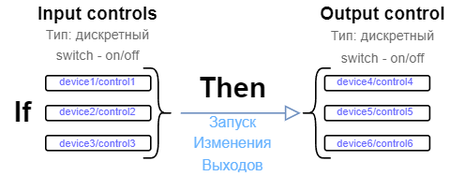
Above: schema/scenarios-devices-control.png in wirenboard/wb-scenarios (draw.io), before the change. Source tidied: cells renumbered, new cells last; positions are measured from the earlier drawing's top-left corner, leaving out a move shared by most shapes. Its diagram source:
```xml
<mxGraphModel>
  <root>
    <mxCell id="0" />
    <mxCell id="1" parent="0" />
    <mxCell id="2" style="rounded=0;html=1;jettySize=auto;orthogonalLoop=1;fontSize=11;endArrow=block;endFill=0;endSize=8;strokeWidth=1;shadow=0;labelBackgroundColor=none;edgeStyle=orthogonalEdgeStyle;fillColor=#dae8fc;strokeColor=#6c8ebf;" parent="1" edge="1">
      <mxGeometry relative="1" as="geometry">
        <mxPoint x="120" y="75" as="sourcePoint" />
        <mxPoint x="200" y="75" as="targetPoint" />
      </mxGeometry>
    </mxCell>
    <mxCell id="3" style="rounded=1;whiteSpace=wrap;html=1;fontSize=12;glass=0;strokeWidth=1;shadow=0;" parent="1" vertex="1">
      <mxGeometry x="30" y="50" width="70" height="10" as="geometry" />
    </mxCell>
    <mxCell id="4" value="&lt;div style=&quot;text-wrap: nowrap;&quot;&gt;&lt;font color=&quot;#66b2ff&quot; size=&quot;1&quot;&gt;Запуск&lt;/font&gt;&lt;/div&gt;&lt;div style=&quot;text-wrap: nowrap;&quot;&gt;&lt;font color=&quot;#66b2ff&quot; size=&quot;1&quot;&gt;Изменения&lt;/font&gt;&lt;/div&gt;&lt;div style=&quot;text-wrap: nowrap;&quot;&gt;&lt;font color=&quot;#66b2ff&quot; size=&quot;1&quot;&gt;Выходов&lt;/font&gt;&lt;/div&gt;" style="text;html=1;align=center;verticalAlign=middle;whiteSpace=wrap;rounded=0;" parent="1" vertex="1">
      <mxGeometry x="100" y="80" width="110" height="30" as="geometry" />
    </mxCell>
    <mxCell id="5" value="&lt;div style=&quot;font-size: 11px; text-wrap: nowrap;&quot;&gt;&lt;b style=&quot;font-size: 12px; text-wrap: wrap;&quot;&gt;Input controls&lt;/b&gt;&lt;br style=&quot;font-size: 12px; text-wrap: wrap;&quot;&gt;&lt;font style=&quot;text-wrap: wrap; font-size: 9px;&quot; color=&quot;#696969&quot;&gt;Тип: дискретный&lt;/font&gt;&lt;div style=&quot;font-size: 12px; text-wrap: wrap;&quot;&gt;&lt;font style=&quot;font-size: 9px;&quot; color=&quot;#696969&quot;&gt;switch -&amp;nbsp;&lt;/font&gt;&lt;span style=&quot;font-size: 9px; color: rgb(105, 105, 105); background-color: initial;&quot;&gt;on/off&lt;/span&gt;&lt;/div&gt;&lt;/div&gt;" style="text;html=1;align=center;verticalAlign=middle;whiteSpace=wrap;rounded=0;" parent="1" vertex="1">
      <mxGeometry x="10" width="110" height="44" as="geometry" />
    </mxCell>
    <mxCell id="6" style="shape=curlyBracket;whiteSpace=wrap;html=1;rounded=1;flipH=1;labelPosition=right;verticalLabelPosition=middle;align=left;verticalAlign=middle;" parent="1" vertex="1">
      <mxGeometry x="95" y="45" width="20" height="60" as="geometry" />
    </mxCell>
    <mxCell id="7" style="rounded=1;whiteSpace=wrap;html=1;fontSize=12;glass=0;strokeWidth=1;shadow=0;" parent="1" vertex="1">
      <mxGeometry x="30" y="70" width="70" height="10" as="geometry" />
    </mxCell>
    <mxCell id="8" style="rounded=1;whiteSpace=wrap;html=1;fontSize=12;glass=0;strokeWidth=1;shadow=0;" parent="1" vertex="1">
      <mxGeometry x="30" y="90" width="70" height="10" as="geometry" />
    </mxCell>
    <mxCell id="9" style="shape=curlyBracket;whiteSpace=wrap;html=1;rounded=1;flipH=0;labelPosition=right;verticalLabelPosition=middle;align=left;verticalAlign=middle;" parent="1" vertex="1">
      <mxGeometry x="200" y="45" width="20" height="60" as="geometry" />
    </mxCell>
    <mxCell id="10" value="&lt;div style=&quot;text-wrap: nowrap;&quot;&gt;&lt;b style=&quot;text-wrap: wrap;&quot;&gt;Output control&lt;/b&gt;&lt;br style=&quot;text-wrap: wrap;&quot;&gt;&lt;font style=&quot;text-wrap: wrap; font-size: 9px;&quot; color=&quot;#696969&quot;&gt;Тип: дискретный&lt;/font&gt;&lt;div style=&quot;text-wrap: wrap;&quot;&gt;&lt;font style=&quot;font-size: 9px;&quot; color=&quot;#696969&quot;&gt;switch -&amp;nbsp;&lt;/font&gt;&lt;span style=&quot;font-size: 9px; color: rgb(105, 105, 105); background-color: initial;&quot;&gt;on/off&lt;/span&gt;&lt;/div&gt;&lt;/div&gt;" style="text;html=1;align=center;verticalAlign=middle;whiteSpace=wrap;rounded=0;" parent="1" vertex="1">
      <mxGeometry x="200" y="8" width="110" height="30" as="geometry" />
    </mxCell>
    <mxCell id="11" style="rounded=1;whiteSpace=wrap;html=1;fontSize=12;glass=0;strokeWidth=1;shadow=0;" parent="1" vertex="1">
      <mxGeometry x="216" y="50" width="70" height="10" as="geometry" />
    </mxCell>
    <mxCell id="12" style="rounded=1;whiteSpace=wrap;html=1;fontSize=12;glass=0;strokeWidth=1;shadow=0;" parent="1" vertex="1">
      <mxGeometry x="216" y="70" width="70" height="10" as="geometry" />
    </mxCell>
    <mxCell id="13" style="rounded=1;whiteSpace=wrap;html=1;fontSize=12;glass=0;strokeWidth=1;shadow=0;" parent="1" vertex="1">
      <mxGeometry x="216" y="90" width="70" height="10" as="geometry" />
    </mxCell>
    <mxCell id="14" value="&lt;div style=&quot;text-wrap: nowrap;&quot;&gt;&lt;div style=&quot;text-wrap: wrap;&quot;&gt;&lt;span style=&quot;background-color: initial;&quot;&gt;&lt;font color=&quot;#6666ff&quot; style=&quot;font-size: 7px;&quot;&gt;device1/control1&lt;/font&gt;&lt;/span&gt;&lt;/div&gt;&lt;/div&gt;" style="text;html=1;align=center;verticalAlign=middle;whiteSpace=wrap;rounded=0;" parent="1" vertex="1">
      <mxGeometry x="35" y="48.5" width="60" height="9" as="geometry" />
    </mxCell>
    <mxCell id="15" value="&lt;div style=&quot;text-wrap: nowrap;&quot;&gt;&lt;div style=&quot;text-wrap: wrap;&quot;&gt;&lt;span style=&quot;background-color: initial;&quot;&gt;&lt;font color=&quot;#6666ff&quot; style=&quot;font-size: 7px;&quot;&gt;device2/control2&lt;/font&gt;&lt;/span&gt;&lt;/div&gt;&lt;/div&gt;" style="text;html=1;align=center;verticalAlign=middle;whiteSpace=wrap;rounded=0;" parent="1" vertex="1">
      <mxGeometry x="35" y="68" width="60" height="9" as="geometry" />
    </mxCell>
    <mxCell id="16" value="&lt;div style=&quot;text-wrap: nowrap;&quot;&gt;&lt;div style=&quot;text-wrap: wrap;&quot;&gt;&lt;span style=&quot;background-color: initial;&quot;&gt;&lt;font color=&quot;#6666ff&quot; style=&quot;font-size: 7px;&quot;&gt;device3/control3&lt;/font&gt;&lt;/span&gt;&lt;/div&gt;&lt;/div&gt;" style="text;html=1;align=center;verticalAlign=middle;whiteSpace=wrap;rounded=0;" parent="1" vertex="1">
      <mxGeometry x="35" y="89" width="60" height="9" as="geometry" />
    </mxCell>
    <mxCell id="17" value="&lt;div style=&quot;text-wrap: nowrap;&quot;&gt;&lt;div style=&quot;text-wrap: wrap;&quot;&gt;&lt;span style=&quot;background-color: initial;&quot;&gt;&lt;font color=&quot;#6666ff&quot; style=&quot;font-size: 7px;&quot;&gt;device4/control4&lt;/font&gt;&lt;/span&gt;&lt;/div&gt;&lt;/div&gt;" style="text;html=1;align=center;verticalAlign=middle;whiteSpace=wrap;rounded=0;" parent="1" vertex="1">
      <mxGeometry x="220" y="48.5" width="60" height="9" as="geometry" />
    </mxCell>
    <mxCell id="18" value="&lt;div style=&quot;text-wrap: nowrap;&quot;&gt;&lt;div style=&quot;text-wrap: wrap;&quot;&gt;&lt;span style=&quot;background-color: initial;&quot;&gt;&lt;font color=&quot;#6666ff&quot; style=&quot;font-size: 7px;&quot;&gt;device5/control5&lt;/font&gt;&lt;/span&gt;&lt;/div&gt;&lt;/div&gt;" style="text;html=1;align=center;verticalAlign=middle;whiteSpace=wrap;rounded=0;" parent="1" vertex="1">
      <mxGeometry x="220" y="68" width="60" height="9" as="geometry" />
    </mxCell>
    <mxCell id="19" value="&lt;div style=&quot;text-wrap: nowrap;&quot;&gt;&lt;div style=&quot;text-wrap: wrap;&quot;&gt;&lt;span style=&quot;background-color: initial;&quot;&gt;&lt;font color=&quot;#6666ff&quot; style=&quot;font-size: 7px;&quot;&gt;device6/control6&lt;/font&gt;&lt;/span&gt;&lt;/div&gt;&lt;/div&gt;" style="text;html=1;align=center;verticalAlign=middle;whiteSpace=wrap;rounded=0;" parent="1" vertex="1">
      <mxGeometry x="220" y="89" width="60" height="9" as="geometry" />
    </mxCell>
    <mxCell id="20" value="&lt;div style=&quot;text-wrap: nowrap;&quot;&gt;&lt;b style=&quot;text-wrap: wrap;&quot;&gt;&lt;font style=&quot;font-size: 19px;&quot;&gt;If&lt;/font&gt;&lt;br&gt;&lt;/b&gt;&lt;/div&gt;" style="text;html=1;align=center;verticalAlign=middle;whiteSpace=wrap;rounded=0;" parent="1" vertex="1">
      <mxGeometry y="61.5" width="30" height="27" as="geometry" />
    </mxCell>
    <mxCell id="21" value="&lt;div style=&quot;text-wrap: nowrap;&quot;&gt;&lt;b style=&quot;text-wrap: wrap;&quot;&gt;&lt;font style=&quot;font-size: 19px;&quot;&gt;Then&lt;/font&gt;&lt;br&gt;&lt;/b&gt;&lt;/div&gt;" style="text;html=1;align=center;verticalAlign=middle;whiteSpace=wrap;rounded=0;" parent="1" vertex="1">
      <mxGeometry x="140" y="45" width="30" height="27" as="geometry" />
    </mxCell>
  </root>
</mxGraphModel>
```
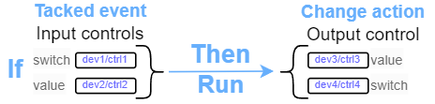
The same file after the commit.

Commit message:
docs: change divices-control scenario scheme + screen images

Diff of the diagram source:
```diff
@@ -2,68 +2,65 @@
   <root>
     <mxCell id="0" />
     <mxCell id="1" parent="0" />
-    <mxCell id="2" style="rounded=0;html=1;jettySize=auto;orthogonalLoop=1;fontSize=11;endArrow=block;endFill=0;endSize=8;strokeWidth=1;shadow=0;labelBackgroundColor=none;edgeStyle=orthogonalEdgeStyle;fillColor=#dae8fc;strokeColor=#6c8ebf;" parent="1" edge="1">
-      <mxGeometry relative="1" as="geometry">
-        <mxPoint x="120" y="75" as="sourcePoint" />
-        <mxPoint x="200" y="75" as="targetPoint" />
-      </mxGeometry>
-    </mxCell>
     <mxCell id="3" style="rounded=1;whiteSpace=wrap;html=1;fontSize=12;glass=0;strokeWidth=1;shadow=0;" parent="1" vertex="1">
-      <mxGeometry x="30" y="50" width="70" height="10" as="geometry" />
+      <mxGeometry x="90" y="204.8" width="40" height="10" as="geometry" />
     </mxCell>
-    <mxCell id="4" value="&lt;div style=&quot;text-wrap: nowrap;&quot;&gt;&lt;font color=&quot;#66b2ff&quot; size=&quot;1&quot;&gt;Запуск&lt;/font&gt;&lt;/div&gt;&lt;div style=&quot;text-wrap: nowrap;&quot;&gt;&lt;font color=&quot;#66b2ff&quot; size=&quot;1&quot;&gt;Изменения&lt;/font&gt;&lt;/div&gt;&lt;div style=&quot;text-wrap: nowrap;&quot;&gt;&lt;font color=&quot;#66b2ff&quot; size=&quot;1&quot;&gt;Выходов&lt;/font&gt;&lt;/div&gt;" style="text;html=1;align=center;verticalAlign=middle;whiteSpace=wrap;rounded=0;" parent="1" vertex="1">
-      <mxGeometry x="100" y="80" width="110" height="30" as="geometry" />
-    </mxCell>
-    <mxCell id="5" value="&lt;div style=&quot;font-size: 11px; text-wrap: nowrap;&quot;&gt;&lt;b style=&quot;font-size: 12px; text-wrap: wrap;&quot;&gt;Input controls&lt;/b&gt;&lt;br style=&quot;font-size: 12px; text-wrap: wrap;&quot;&gt;&lt;font style=&quot;text-wrap: wrap; font-size: 9px;&quot; color=&quot;#696969&quot;&gt;Тип: дискретный&lt;/font&gt;&lt;div style=&quot;font-size: 12px; text-wrap: wrap;&quot;&gt;&lt;font style=&quot;font-size: 9px;&quot; color=&quot;#696969&quot;&gt;switch -&amp;nbsp;&lt;/font&gt;&lt;span style=&quot;font-size: 9px; color: rgb(105, 105, 105); background-color: initial;&quot;&gt;on/off&lt;/span&gt;&lt;/div&gt;&lt;/div&gt;" style="text;html=1;align=center;verticalAlign=middle;whiteSpace=wrap;rounded=0;" parent="1" vertex="1">
-      <mxGeometry x="10" width="110" height="44" as="geometry" />
+    <mxCell id="5" value="&lt;div style=&quot;&quot;&gt;&lt;font color=&quot;#67affc&quot;&gt;&lt;b&gt;Tacked event&lt;/b&gt;&lt;/font&gt;&lt;br&gt;&lt;span style=&quot;font-size: 12px; text-wrap: wrap;&quot;&gt;Input controls&lt;/span&gt;&lt;br&gt;&lt;/div&gt;" style="text;html=1;align=center;verticalAlign=middle;whiteSpace=wrap;rounded=0;" parent="1" vertex="1">
+      <mxGeometry x="60" y="170" width="80" height="28" as="geometry" />
     </mxCell>
     <mxCell id="6" style="shape=curlyBracket;whiteSpace=wrap;html=1;rounded=1;flipH=1;labelPosition=right;verticalLabelPosition=middle;align=left;verticalAlign=middle;" parent="1" vertex="1">
-      <mxGeometry x="95" y="45" width="20" height="60" as="geometry" />
+      <mxGeometry x="130" y="200" width="20" height="35" as="geometry" />
     </mxCell>
-    <mxCell id="7" style="rounded=1;whiteSpace=wrap;html=1;fontSize=12;glass=0;strokeWidth=1;shadow=0;" parent="1" vertex="1">
-      <mxGeometry x="30" y="70" width="70" height="10" as="geometry" />
-    </mxCell>
-    <mxCell id="8" style="rounded=1;whiteSpace=wrap;html=1;fontSize=12;glass=0;strokeWidth=1;shadow=0;" parent="1" vertex="1">
-      <mxGeometry x="30" y="90" width="70" height="10" as="geometry" />
-    </mxCell>
     <mxCell id="9" style="shape=curlyBracket;whiteSpace=wrap;html=1;rounded=1;flipH=0;labelPosition=right;verticalLabelPosition=middle;align=left;verticalAlign=middle;" parent="1" vertex="1">
-      <mxGeometry x="200" y="45" width="20" height="60" as="geometry" />
+      <mxGeometry x="225" y="200" width="20" height="35" as="geometry" />
     </mxCell>
-    <mxCell id="10" value="&lt;div style=&quot;text-wrap: nowrap;&quot;&gt;&lt;b style=&quot;text-wrap: wrap;&quot;&gt;Output control&lt;/b&gt;&lt;br style=&quot;text-wrap: wrap;&quot;&gt;&lt;font style=&quot;text-wrap: wrap; font-size: 9px;&quot; color=&quot;#696969&quot;&gt;Тип: дискретный&lt;/font&gt;&lt;div style=&quot;text-wrap: wrap;&quot;&gt;&lt;font style=&quot;font-size: 9px;&quot; color=&quot;#696969&quot;&gt;switch -&amp;nbsp;&lt;/font&gt;&lt;span style=&quot;font-size: 9px; color: rgb(105, 105, 105); background-color: initial;&quot;&gt;on/off&lt;/span&gt;&lt;/div&gt;&lt;/div&gt;" style="text;html=1;align=center;verticalAlign=middle;whiteSpace=wrap;rounded=0;" parent="1" vertex="1">
-      <mxGeometry x="200" y="8" width="110" height="30" as="geometry" />
+    <mxCell id="10" value="&lt;div style=&quot;text-wrap: nowrap;&quot;&gt;&lt;span style=&quot;text-wrap: wrap;&quot;&gt;&lt;font style=&quot;&quot; color=&quot;#67affc&quot;&gt;&lt;b&gt;Change action&lt;/b&gt;&lt;/font&gt;&lt;/span&gt;&lt;span style=&quot;text-wrap: wrap;&quot;&gt;&lt;br&gt;&lt;/span&gt;&lt;/div&gt;&lt;div style=&quot;text-wrap: nowrap;&quot;&gt;&lt;span style=&quot;text-wrap: wrap;&quot;&gt;Output control&lt;/span&gt;&lt;/div&gt;" style="text;html=1;align=center;verticalAlign=middle;whiteSpace=wrap;rounded=0;" parent="1" vertex="1">
+      <mxGeometry x="235" y="170" width="94" height="30" as="geometry" />
     </mxCell>
-    <mxCell id="11" style="rounded=1;whiteSpace=wrap;html=1;fontSize=12;glass=0;strokeWidth=1;shadow=0;" parent="1" vertex="1">
-      <mxGeometry x="216" y="50" width="70" height="10" as="geometry" />
-    </mxCell>
-    <mxCell id="12" style="rounded=1;whiteSpace=wrap;html=1;fontSize=12;glass=0;strokeWidth=1;shadow=0;" parent="1" vertex="1">
-      <mxGeometry x="216" y="70" width="70" height="10" as="geometry" />
-    </mxCell>
-    <mxCell id="13" style="rounded=1;whiteSpace=wrap;html=1;fontSize=12;glass=0;strokeWidth=1;shadow=0;" parent="1" vertex="1">
-      <mxGeometry x="216" y="90" width="70" height="10" as="geometry" />
-    </mxCell>
-    <mxCell id="14" value="&lt;div style=&quot;text-wrap: nowrap;&quot;&gt;&lt;div style=&quot;text-wrap: wrap;&quot;&gt;&lt;span style=&quot;background-color: initial;&quot;&gt;&lt;font color=&quot;#6666ff&quot; style=&quot;font-size: 7px;&quot;&gt;device1/control1&lt;/font&gt;&lt;/span&gt;&lt;/div&gt;&lt;/div&gt;" style="text;html=1;align=center;verticalAlign=middle;whiteSpace=wrap;rounded=0;" parent="1" vertex="1">
-      <mxGeometry x="35" y="48.5" width="60" height="9" as="geometry" />
+    <mxCell id="14" value="&lt;div style=&quot;text-wrap: nowrap;&quot;&gt;&lt;div style=&quot;text-wrap: wrap;&quot;&gt;&lt;span style=&quot;background-color: initial;&quot;&gt;&lt;font color=&quot;#6666ff&quot; style=&quot;font-size: 7px;&quot;&gt;dev1/ctrl1&lt;/font&gt;&lt;/span&gt;&lt;/div&gt;&lt;/div&gt;" style="text;html=1;align=center;verticalAlign=middle;whiteSpace=wrap;rounded=0;" parent="1" vertex="1">
+      <mxGeometry x="95" y="203.2" width="30" height="9" as="geometry" />
     </mxCell>
-    <mxCell id="15" value="&lt;div style=&quot;text-wrap: nowrap;&quot;&gt;&lt;div style=&quot;text-wrap: wrap;&quot;&gt;&lt;span style=&quot;background-color: initial;&quot;&gt;&lt;font color=&quot;#6666ff&quot; style=&quot;font-size: 7px;&quot;&gt;device2/control2&lt;/font&gt;&lt;/span&gt;&lt;/div&gt;&lt;/div&gt;" style="text;html=1;align=center;verticalAlign=middle;whiteSpace=wrap;rounded=0;" parent="1" vertex="1">
-      <mxGeometry x="35" y="68" width="60" height="9" as="geometry" />
-    </mxCell>
-    <mxCell id="16" value="&lt;div style=&quot;text-wrap: nowrap;&quot;&gt;&lt;div style=&quot;text-wrap: wrap;&quot;&gt;&lt;span style=&quot;background-color: initial;&quot;&gt;&lt;font color=&quot;#6666ff&quot; style=&quot;font-size: 7px;&quot;&gt;device3/control3&lt;/font&gt;&lt;/span&gt;&lt;/div&gt;&lt;/div&gt;" style="text;html=1;align=center;verticalAlign=middle;whiteSpace=wrap;rounded=0;" parent="1" vertex="1">
-      <mxGeometry x="35" y="89" width="60" height="9" as="geometry" />
-    </mxCell>
-    <mxCell id="17" value="&lt;div style=&quot;text-wrap: nowrap;&quot;&gt;&lt;div style=&quot;text-wrap: wrap;&quot;&gt;&lt;span style=&quot;background-color: initial;&quot;&gt;&lt;font color=&quot;#6666ff&quot; style=&quot;font-size: 7px;&quot;&gt;device4/control4&lt;/font&gt;&lt;/span&gt;&lt;/div&gt;&lt;/div&gt;" style="text;html=1;align=center;verticalAlign=middle;whiteSpace=wrap;rounded=0;" parent="1" vertex="1">
-      <mxGeometry x="220" y="48.5" width="60" height="9" as="geometry" />
-    </mxCell>
-    <mxCell id="18" value="&lt;div style=&quot;text-wrap: nowrap;&quot;&gt;&lt;div style=&quot;text-wrap: wrap;&quot;&gt;&lt;span style=&quot;background-color: initial;&quot;&gt;&lt;font color=&quot;#6666ff&quot; style=&quot;font-size: 7px;&quot;&gt;device5/control5&lt;/font&gt;&lt;/span&gt;&lt;/div&gt;&lt;/div&gt;" style="text;html=1;align=center;verticalAlign=middle;whiteSpace=wrap;rounded=0;" parent="1" vertex="1">
-      <mxGeometry x="220" y="68" width="60" height="9" as="geometry" />
-    </mxCell>
-    <mxCell id="19" value="&lt;div style=&quot;text-wrap: nowrap;&quot;&gt;&lt;div style=&quot;text-wrap: wrap;&quot;&gt;&lt;span style=&quot;background-color: initial;&quot;&gt;&lt;font color=&quot;#6666ff&quot; style=&quot;font-size: 7px;&quot;&gt;device6/control6&lt;/font&gt;&lt;/span&gt;&lt;/div&gt;&lt;/div&gt;" style="text;html=1;align=center;verticalAlign=middle;whiteSpace=wrap;rounded=0;" parent="1" vertex="1">
-      <mxGeometry x="220" y="89" width="60" height="9" as="geometry" />
-    </mxCell>
-    <mxCell id="20" value="&lt;div style=&quot;text-wrap: nowrap;&quot;&gt;&lt;b style=&quot;text-wrap: wrap;&quot;&gt;&lt;font style=&quot;font-size: 19px;&quot;&gt;If&lt;/font&gt;&lt;br&gt;&lt;/b&gt;&lt;/div&gt;" style="text;html=1;align=center;verticalAlign=middle;whiteSpace=wrap;rounded=0;" parent="1" vertex="1">
-      <mxGeometry y="61.5" width="30" height="27" as="geometry" />
+    <mxCell id="20" value="&lt;div style=&quot;text-wrap: nowrap;&quot;&gt;&lt;b style=&quot;text-wrap: wrap;&quot;&gt;&lt;font color=&quot;#67affc&quot; style=&quot;font-size: 17px;&quot;&gt;If&lt;/font&gt;&lt;br&gt;&lt;/b&gt;&lt;/div&gt;" style="text;html=1;align=center;verticalAlign=middle;whiteSpace=wrap;rounded=0;" parent="1" vertex="1">
+      <mxGeometry x="40" y="208" width="20" height="18.5" as="geometry" />
     </mxCell>
-    <mxCell id="21" value="&lt;div style=&quot;text-wrap: nowrap;&quot;&gt;&lt;b style=&quot;text-wrap: wrap;&quot;&gt;&lt;font style=&quot;font-size: 19px;&quot;&gt;Then&lt;/font&gt;&lt;br&gt;&lt;/b&gt;&lt;/div&gt;" style="text;html=1;align=center;verticalAlign=middle;whiteSpace=wrap;rounded=0;" parent="1" vertex="1">
-      <mxGeometry x="140" y="45" width="30" height="27" as="geometry" />
+    <mxCell id="21" value="&lt;div style=&quot;text-wrap: nowrap;&quot;&gt;&lt;div&gt;&lt;b&gt;&lt;font color=&quot;#67affc&quot; style=&quot;font-size: 17px;&quot;&gt;Then&lt;/font&gt;&lt;/b&gt;&lt;/div&gt;&lt;div&gt;&lt;b&gt;&lt;font color=&quot;#67affc&quot; size=&quot;3&quot;&gt;Run&lt;/font&gt;&lt;/b&gt;&lt;/div&gt;&lt;/div&gt;" style="text;html=1;align=center;verticalAlign=middle;whiteSpace=wrap;rounded=0;" parent="1" vertex="1">
+      <mxGeometry x="172" y="194.8" width="30" height="43" as="geometry" />
     </mxCell>
+    <mxCell id="22" value="&lt;div style=&quot;forced-color-adjust: none; color: rgb(0, 0, 0); font-family: Helvetica; font-style: normal; font-variant-ligatures: normal; font-variant-caps: normal; font-weight: 400; letter-spacing: normal; orphans: 2; text-align: center; text-indent: 0px; text-transform: none; widows: 2; word-spacing: 0px; -webkit-text-stroke-width: 0px; white-space: normal; background-color: rgb(251, 251, 251); text-decoration-thickness: initial; text-decoration-style: initial; text-decoration-color: initial; font-size: 12px;&quot;&gt;&lt;font color=&quot;#696969&quot; style=&quot;forced-color-adjust: none; font-size: 9px;&quot;&gt;switch&lt;/font&gt;&lt;/div&gt;" style="text;whiteSpace=wrap;html=1;" parent="1" vertex="1">
+      <mxGeometry x="60" y="194.8" width="30" height="20" as="geometry" />
+    </mxCell>
+    <mxCell id="23" style="rounded=1;whiteSpace=wrap;html=1;fontSize=12;glass=0;strokeWidth=1;shadow=0;" parent="1" vertex="1">
+      <mxGeometry x="90" y="221.8" width="40" height="10" as="geometry" />
+    </mxCell>
+    <mxCell id="24" value="&lt;div style=&quot;text-wrap: nowrap;&quot;&gt;&lt;div style=&quot;text-wrap: wrap;&quot;&gt;&lt;span style=&quot;background-color: initial;&quot;&gt;&lt;font color=&quot;#6666ff&quot; style=&quot;font-size: 7px;&quot;&gt;dev2/ctrl2&lt;/font&gt;&lt;/span&gt;&lt;/div&gt;&lt;/div&gt;" style="text;html=1;align=center;verticalAlign=middle;whiteSpace=wrap;rounded=0;" parent="1" vertex="1">
+      <mxGeometry x="95" y="220.2" width="30" height="9" as="geometry" />
+    </mxCell>
+    <mxCell id="25" value="&lt;div style=&quot;forced-color-adjust: none; color: rgb(0, 0, 0); font-family: Helvetica; font-style: normal; font-variant-ligatures: normal; font-variant-caps: normal; font-weight: 400; letter-spacing: normal; orphans: 2; text-align: center; text-indent: 0px; text-transform: none; widows: 2; word-spacing: 0px; -webkit-text-stroke-width: 0px; white-space: normal; background-color: rgb(251, 251, 251); text-decoration-thickness: initial; text-decoration-style: initial; text-decoration-color: initial; font-size: 12px;&quot;&gt;&lt;font color=&quot;#696969&quot; style=&quot;forced-color-adjust: none; font-size: 9px;&quot;&gt;value&lt;/font&gt;&lt;/div&gt;" style="text;whiteSpace=wrap;html=1;" parent="1" vertex="1">
+      <mxGeometry x="60" y="211.8" width="30" height="20" as="geometry" />
+    </mxCell>
+    <mxCell id="26" style="rounded=1;whiteSpace=wrap;html=1;fontSize=12;glass=0;strokeWidth=1;shadow=0;" parent="1" vertex="1">
+      <mxGeometry x="245" y="204.8" width="40" height="10" as="geometry" />
+    </mxCell>
+    <mxCell id="27" value="&lt;div style=&quot;text-wrap: nowrap;&quot;&gt;&lt;div style=&quot;text-wrap: wrap;&quot;&gt;&lt;span style=&quot;background-color: initial;&quot;&gt;&lt;font color=&quot;#6666ff&quot; style=&quot;font-size: 7px;&quot;&gt;dev3/ctrl3&lt;/font&gt;&lt;/span&gt;&lt;/div&gt;&lt;/div&gt;" style="text;html=1;align=center;verticalAlign=middle;whiteSpace=wrap;rounded=0;" parent="1" vertex="1">
+      <mxGeometry x="250" y="203.2" width="30" height="9" as="geometry" />
+    </mxCell>
+    <mxCell id="28" style="rounded=1;whiteSpace=wrap;html=1;fontSize=12;glass=0;strokeWidth=1;shadow=0;" parent="1" vertex="1">
+      <mxGeometry x="245" y="221.8" width="40" height="10" as="geometry" />
+    </mxCell>
+    <mxCell id="29" value="&lt;div style=&quot;text-wrap: nowrap;&quot;&gt;&lt;div style=&quot;text-wrap: wrap;&quot;&gt;&lt;span style=&quot;background-color: initial;&quot;&gt;&lt;font color=&quot;#6666ff&quot; style=&quot;font-size: 7px;&quot;&gt;dev4/ctrl4&lt;/font&gt;&lt;/span&gt;&lt;/div&gt;&lt;/div&gt;" style="text;html=1;align=center;verticalAlign=middle;whiteSpace=wrap;rounded=0;" parent="1" vertex="1">
+      <mxGeometry x="250" y="220.2" width="30" height="9" as="geometry" />
+    </mxCell>
+    <mxCell id="30" value="&lt;div style=&quot;forced-color-adjust: none; color: rgb(0, 0, 0); font-family: Helvetica; font-style: normal; font-variant-ligatures: normal; font-variant-caps: normal; font-weight: 400; letter-spacing: normal; orphans: 2; text-align: center; text-indent: 0px; text-transform: none; widows: 2; word-spacing: 0px; -webkit-text-stroke-width: 0px; white-space: normal; background-color: rgb(251, 251, 251); text-decoration-thickness: initial; text-decoration-style: initial; text-decoration-color: initial; font-size: 12px;&quot;&gt;&lt;font color=&quot;#696969&quot; style=&quot;forced-color-adjust: none; font-size: 9px;&quot;&gt;switch&lt;/font&gt;&lt;/div&gt;" style="text;whiteSpace=wrap;html=1;" parent="1" vertex="1">
+      <mxGeometry x="285" y="212.2" width="30" height="20" as="geometry" />
+    </mxCell>
+    <mxCell id="31" value="&lt;div style=&quot;forced-color-adjust: none; color: rgb(0, 0, 0); font-family: Helvetica; font-style: normal; font-variant-ligatures: normal; font-variant-caps: normal; font-weight: 400; letter-spacing: normal; orphans: 2; text-align: center; text-indent: 0px; text-transform: none; widows: 2; word-spacing: 0px; -webkit-text-stroke-width: 0px; white-space: normal; background-color: rgb(251, 251, 251); text-decoration-thickness: initial; text-decoration-style: initial; text-decoration-color: initial; font-size: 12px;&quot;&gt;&lt;font color=&quot;#696969&quot; style=&quot;forced-color-adjust: none; font-size: 9px;&quot;&gt;value&lt;/font&gt;&lt;/div&gt;" style="text;whiteSpace=wrap;html=1;" parent="1" vertex="1">
+      <mxGeometry x="285" y="194.8" width="30" height="20" as="geometry" />
+    </mxCell>
+    <mxCell id="32" style="endArrow=classic;html=1;rounded=0;strokeColor=#67AFFC;" parent="1" edge="1">
+      <mxGeometry relative="1" as="geometry">
+        <mxPoint x="152" y="217.4" as="sourcePoint" />
+        <mxPoint x="222" y="217" as="targetPoint" />
+      </mxGeometry>
+    </mxCell>
   </root>
 </mxGraphModel>
```
